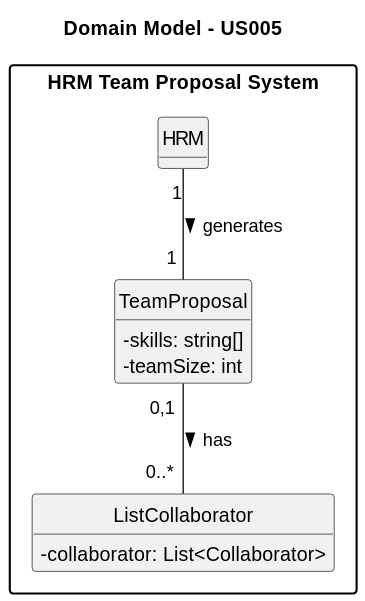
This is docs/sprintA/us005/02.analysis/svg/us005-domain-model.svg from SAEmanuel/Green_Spaces_Management_ISEP, a PlantUML export, as it was before one commit.
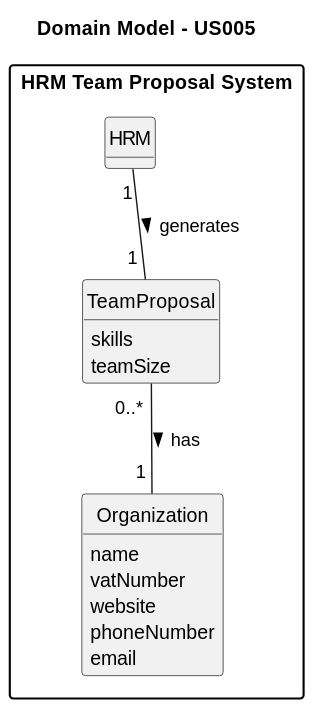
After the commit.

The edit, as a diff of the source:
```diff
@@ -15,15 +15,19 @@
     }
 
     class TeamProposal {
-        - skills: string[]
-        - teamSize: int
+        skills
+        teamSize
     }
 
-    class ListCollaborator {
-        - collaborator: List<Collaborator>
+    class Organization {
+        name
+        vatNumber
+        website
+        phoneNumber
+        email
     }
 
     HRM "1" -- "1 " TeamProposal : generates >
-    TeamProposal "0,1 " -- "0..* " ListCollaborator : has >
+    TeamProposal "0..* " -- "1 " Organization : has >
 }
 @enduml
```
